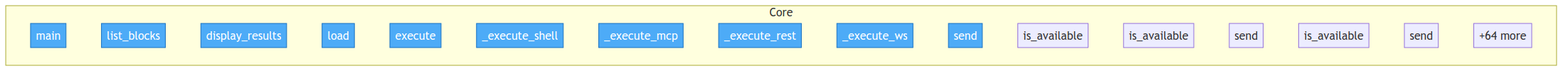
Before: project/flow.png, a diagram exported from Mermaid (pactown-com/propact). Its source is kept beside it as project/flow.mmd.
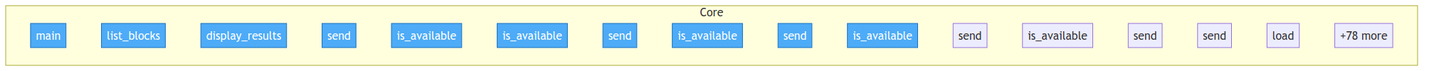
The same file after the commit.

Change to the diagram source:
```diff
@@ -3,9 +3,10 @@
     classDef entry fill:#4dabf7,stroke:#1971c2,color:#fff
 
     subgraph Core
-        src__propact__cli__main["main"]
-        src__propact__cli__list_blocks["list_blocks"]
-        src__propact__cli__display_results["display_results"]
+        src__propact__importer__OpenAPILLMImporter__import_browser_spec["import_browser_spec"]
+        src__propact__importer__OpenAPILLMImporter__from_browser_session["from_browser_session"]
+        src__propact__importer__OpenAPILLMImporter__is_llm_enhanced["is_llm_enhanced"]
+        src__propact__importer__OpenAPILLMImporter__extract_llm_descriptions["extract_llm_descriptions"]
         src__propact__adapters__BaseProtocolAdapter__send["send"]
         src__propact__adapters__BaseProtocolAdapter__is_available["is_available"]
         src__propact__adapters__GRPCAdapter__is_available["is_available"]
@@ -17,8 +18,7 @@
         src__propact__adapters__SOAPAdapter__is_available["is_available"]
         src__propact__adapters__SOAPAdapter__send["send"]
         src__propact__adapters__EmailAdapter__send["send"]
-        src__propact__core__ToonPact__load["load"]
-        ...["+78 more"]
+        ...["+174 more"]
     end
 
-    class src__propact__cli__main,src__propact__cli__list_blocks,src__propact__cli__display_results,src__propact__adapters__BaseProtocolAdapter__send,src__propact__adapters__BaseProtocolAdapter__is_available,src__propact__adapters__GRPCAdapter__is_available,src__propact__adapters__GRPCAdapter__send,src__propact__adapters__GraphQLAdapter__is_available,src__propact__adapters__GraphQLAdapter__send,src__propact__adapters__MQTTAdapter__is_available entry
+    class src__propact__importer__OpenAPILLMImporter__import_browser_spec,src__propact__importer__OpenAPILLMImporter__from_browser_session,src__propact__importer__OpenAPILLMImporter__is_llm_enhanced,src__propact__importer__OpenAPILLMImporter__extract_llm_descriptions,src__propact__adapters__BaseProtocolAdapter__send,src__propact__adapters__BaseProtocolAdapter__is_available,src__propact__adapters__GRPCAdapter__is_available,src__propact__adapters__GRPCAdapter__send,src__propact__adapters__GraphQLAdapter__is_available,src__propact__adapters__GraphQLAdapter__send entry
```
